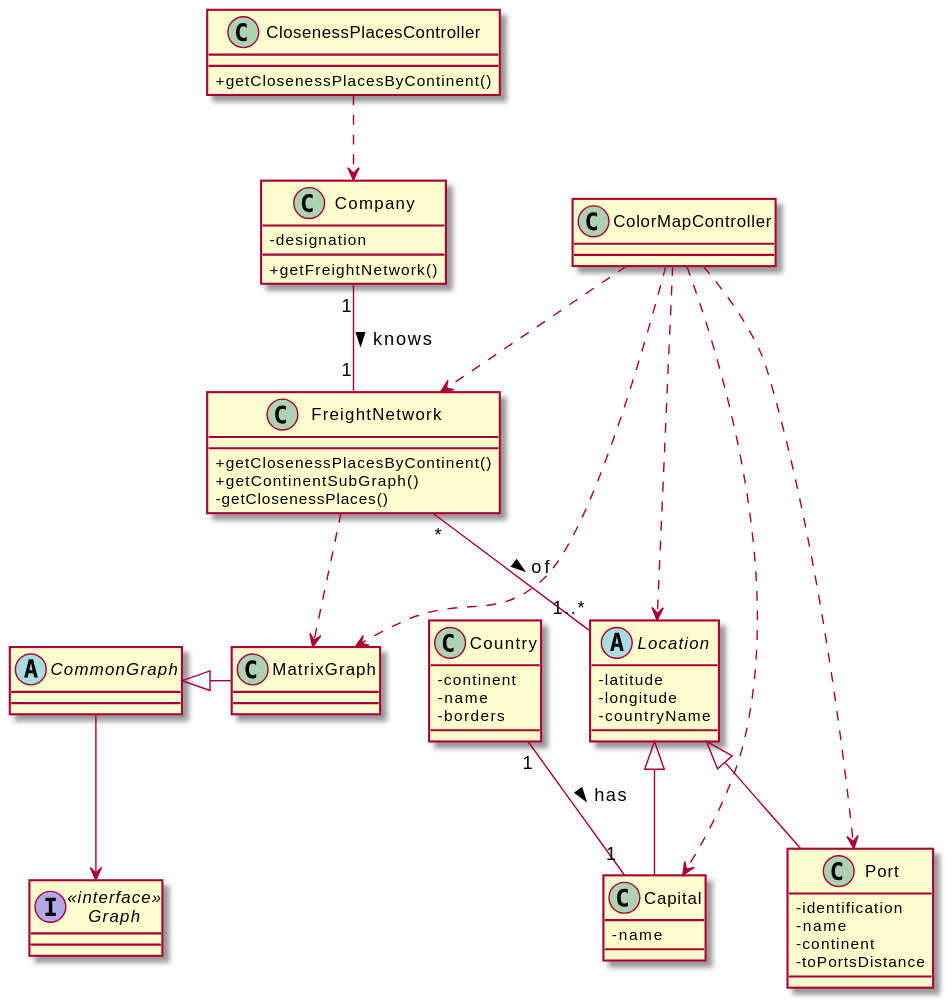
Earlier version of the PlantUML export docs/Sprint 3/US303/US303_CD.svg (ana-albergaria/LAPR3-ISEP). Its diagram source:
```plantuml
@startuml

skinparam classAttributeIconSize 0

class ClosenessPlacesController {
    +getClosenessPlacesByContinent()
}

class Company {
    -designation
    +getFreightNetwork()
}

class FreightNetwork {
    +getClosenessPlacesByContinent()
    +getContinentSubGraph()
    -getClosenessPlaces()
}

abstract class Location{
    -latitude
    -longitude
    -countryName
}

class Port {
    -identification
    -name
    -continent
    -toPortsDistance
}

class Capital {
    -name
}

class Country {
    -continent
    -name
    -borders
}

class MatrixGraph {}

abstract class CommonGraph {}

interface Graph <<interface>> {}

ClosenessPlacesController ..> Company
Company "1" -- "1" FreightNetwork : knows >
ColorMapController ..> FreightNetwork
Location <|-- Port
Location <|-- Capital
FreightNetwork "*" -- "1..*" Location : of >
Country "1" -- "1" Capital : has >
FreightNetwork ..> MatrixGraph
CommonGraph <|- MatrixGraph
CommonGraph --> Graph
ColorMapController ..> Location
ColorMapController ..> Capital
ColorMapController ..> Port
ColorMapController ..> MatrixGraph


@enduml
```
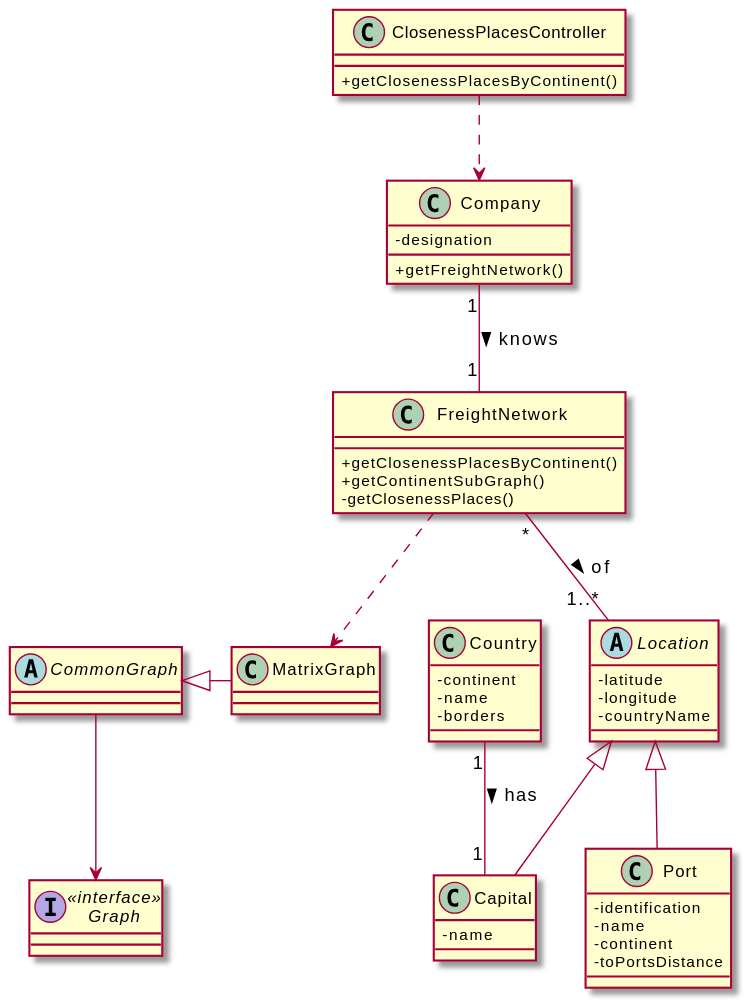
Later version of the same file.

What changed in the source:
```diff
@@ -48,7 +48,6 @@
 
 ClosenessPlacesController ..> Company
 Company "1" -- "1" FreightNetwork : knows >
-ColorMapController ..> FreightNetwork
 Location <|-- Port
 Location <|-- Capital
 FreightNetwork "*" -- "1..*" Location : of >
@@ -56,10 +55,5 @@
 FreightNetwork ..> MatrixGraph
 CommonGraph <|- MatrixGraph
 CommonGraph --> Graph
-ColorMapController ..> Location
-ColorMapController ..> Capital
-ColorMapController ..> Port
-ColorMapController ..> MatrixGraph
-
 
 @enduml
```
